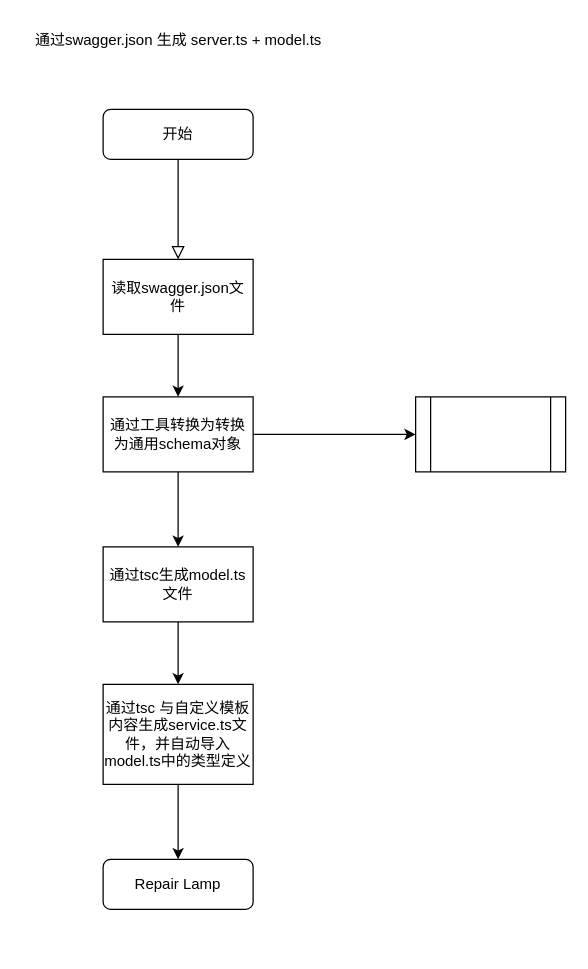
Earlier version of the draw.io diagram page "Page-1" (1 of 3) of yapi-gen.drawio (KevinBrother/draw). Source tidied: cells renumbered, new cells numbered last; positions are measured from the earlier drawing's top-left corner, leaving out a move shared by most shapes. Both pictures are drawn from the tidied source at 125%, with x=0, y=0 at pixel (21, 21).
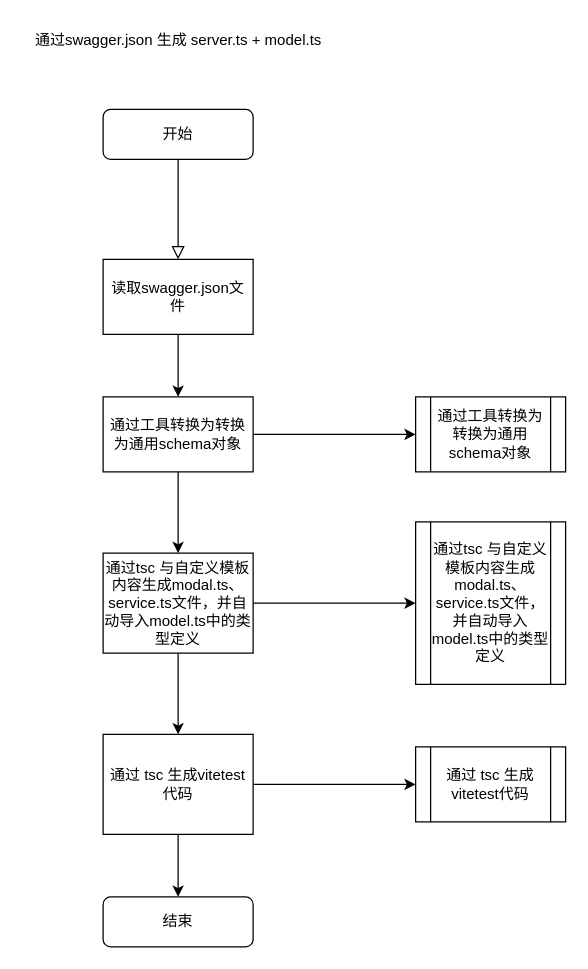
The same page after the edit.

Change to the diagram source:
```diff
@@
 <mxGraphModel>
   <root>
     <mxCell id="0" />
     <mxCell id="1" parent="0" />
     <mxCell id="2" style="rounded=0;html=1;jettySize=auto;fontSize=11;endArrow=block;endFill=0;endSize=8;strokeWidth=1;shadow=0;labelBackgroundColor=none;edgeStyle=orthogonalEdgeStyle;entryX=0.5;entryY=0;entryDx=0;entryDy=0;" parent="1" edge="1" source="3" target="7">
       <mxGeometry relative="1" as="geometry" />
     </mxCell>
     <mxCell id="3" value="开始" style="rounded=1;whiteSpace=wrap;html=1;fontSize=12;glass=0;strokeWidth=1;shadow=0;" parent="1" vertex="1">
       <mxGeometry x="65" y="70" width="120" height="40" as="geometry" />
     </mxCell>
-    <mxCell id="4" value="Repair Lamp" style="rounded=1;whiteSpace=wrap;html=1;fontSize=12;glass=0;strokeWidth=1;shadow=0;" parent="1" vertex="1">
-      <mxGeometry x="65" y="670" width="120" height="40" as="geometry" />
+    <mxCell id="4" value="结束" style="rounded=1;whiteSpace=wrap;html=1;fontSize=12;glass=0;strokeWidth=1;shadow=0;" parent="1" vertex="1">
+      <mxGeometry x="65" y="700" width="120" height="40" as="geometry" />
     </mxCell>
     <mxCell id="5" value="通过swagger.json 生成 server.ts + model.ts&lt;br&gt;" style="text;html=1;align=center;verticalAlign=middle;strokeColor=none;fillColor=none;" parent="1" vertex="1">
       <mxGeometry width="250" height="30" as="geometry" />
     </mxCell>
     <mxCell id="6" style="edgeStyle=orthogonalEdgeStyle;rounded=0;jettySize=auto;html=1;" parent="1" edge="1" source="7" target="10">
       <mxGeometry relative="1" as="geometry" />
     </mxCell>
     <mxCell id="7" value="读取swagger.json文件" style="rounded=0;whiteSpace=wrap;html=1;" parent="1" vertex="1">
       <mxGeometry x="65" y="190" width="120" height="60" as="geometry" />
     </mxCell>
-    <mxCell id="8" style="edgeStyle=orthogonalEdgeStyle;rounded=0;jettySize=auto;html=1;exitX=0.5;exitY=1;exitDx=0;exitDy=0;entryX=0.5;entryY=0;entryDx=0;entryDy=0;" parent="1" edge="1" source="10" target="12">
+    <mxCell id="8" style="edgeStyle=orthogonalEdgeStyle;rounded=0;jettySize=auto;html=1;exitX=0.5;exitY=1;exitDx=0;exitDy=0;" parent="1" edge="1" source="10" target="14">
       <mxGeometry relative="1" as="geometry" />
     </mxCell>
     <mxCell id="9" style="edgeStyle=orthogonalEdgeStyle;rounded=0;jettySize=auto;html=1;exitX=1;exitY=0.5;exitDx=0;exitDy=0;" parent="1" edge="1" source="10" target="15">
       <mxGeometry relative="1" as="geometry" />
     </mxCell>
     <mxCell id="10" value="通过工具转换为转换为通用schema对象" style="rounded=0;whiteSpace=wrap;html=1;" parent="1" vertex="1">
       <mxGeometry x="65" y="300" width="120" height="60" as="geometry" />
     </mxCell>
-    <mxCell id="11" style="edgeStyle=orthogonalEdgeStyle;rounded=0;jettySize=auto;html=1;" parent="1" edge="1" source="12" target="14">
-      <mxGeometry relative="1" as="geometry" />
-    </mxCell>
-    <mxCell id="12" value="通过tsc生成model.ts文件" style="rounded=0;whiteSpace=wrap;html=1;" parent="1" vertex="1">
-      <mxGeometry x="65" y="420" width="120" height="60" as="geometry" />
-    </mxCell>
-    <mxCell id="13" style="edgeStyle=orthogonalEdgeStyle;rounded=0;jettySize=auto;html=1;" parent="1" edge="1" source="14" target="4">
-      <mxGeometry relative="1" as="geometry" />
-    </mxCell>
+    <mxCell id="16" style="edgeStyle=orthogonalEdgeStyle;rounded=0;jettySize=auto;html=1;" parent="1" edge="1" source="14" target="18">
+      <mxGeometry relative="1" as="geometry" />
+    </mxCell>
+    <mxCell id="17" style="edgeStyle=orthogonalEdgeStyle;rounded=0;jettySize=auto;html=1;" parent="1" edge="1" source="14" target="21">
+      <mxGeometry relative="1" as="geometry" />
+    </mxCell>
-    <mxCell id="14" value="通过tsc 与自定义模板内容生成service.ts文件，并自动导入model.ts中的类型定义" style="whiteSpace=wrap;html=1;rounded=0;" parent="1" vertex="1">
-      <mxGeometry x="65" y="530" width="120" height="80" as="geometry" />
+    <mxCell id="14" value="通过tsc 与自定义模板内容生成modal.ts、service.ts文件，并自动导入model.ts中的类型定义" style="whiteSpace=wrap;html=1;rounded=0;" parent="1" vertex="1">
+      <mxGeometry x="65" y="425" width="120" height="80" as="geometry" />
     </mxCell>
-    <mxCell id="15" style="shape=process;whiteSpace=wrap;html=1;backgroundOutline=1;" parent="1" vertex="1">
+    <mxCell id="15" value="通过工具转换为转换为通用schema对象" style="shape=process;whiteSpace=wrap;html=1;backgroundOutline=1;" parent="1" vertex="1">
       <mxGeometry x="315" y="300" width="120" height="60" as="geometry" />
     </mxCell>
+    <mxCell id="18" value="通过tsc 与自定义模板内容生成modal.ts、service.ts文件，并自动导入model.ts中的类型定义" style="shape=process;whiteSpace=wrap;html=1;backgroundOutline=1;rounded=0;" parent="1" vertex="1">
+      <mxGeometry x="315" y="400" width="120" height="130" as="geometry" />
+    </mxCell>
+    <mxCell id="19" style="edgeStyle=orthogonalEdgeStyle;rounded=0;jettySize=auto;html=1;" parent="1" edge="1" source="21" target="4">
+      <mxGeometry relative="1" as="geometry" />
+    </mxCell>
+    <mxCell id="20" style="edgeStyle=orthogonalEdgeStyle;rounded=0;jettySize=auto;html=1;" parent="1" edge="1" source="21" target="22">
+      <mxGeometry relative="1" as="geometry" />
+    </mxCell>
+    <mxCell id="21" value="通过 tsc 生成vitetest代码&lt;br&gt;" style="whiteSpace=wrap;html=1;rounded=0;" parent="1" vertex="1">
+      <mxGeometry x="65" y="570" width="120" height="80" as="geometry" />
+    </mxCell>
+    <mxCell id="22" value="通过 tsc 生成vitetest代码" style="shape=process;whiteSpace=wrap;html=1;backgroundOutline=1;rounded=0;" parent="1" vertex="1">
+      <mxGeometry x="315" y="580" width="120" height="60" as="geometry" />
+    </mxCell>
   </root>
 </mxGraphModel>
```
